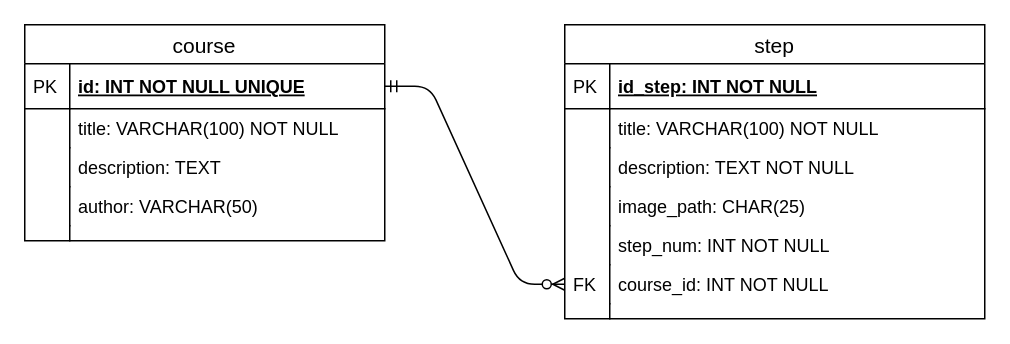
Earlier version of the draw.io diagram doc/RM.drawio (Sam36502/Tutor). Source tidied: cells renumbered, new cells numbered last; positions are measured from the earlier drawing's top-left corner, leaving out a move shared by most shapes. Both pictures are drawn from the tidied source at 150%, with x=0, y=0 at pixel (24, 24).
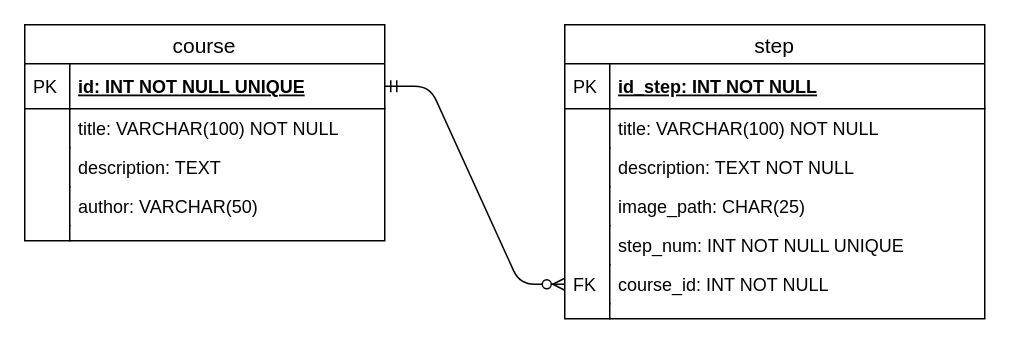
Above is the later version.

Commit message (it also covers changes not shown here):
Add step entity and linked with course

The change refers to these unchanged cells:
```xml
<mxCell id="13" value="step" style="swimlane;fontStyle=0;horizontal=1;startSize=26;align=center;fontSize=14;" parent="1" vertex="1">
  <mxGeometry x="360" width="280" height="196" as="geometry" />
</mxCell>
```

What changed in the source:
```diff
@@
-    <mxCell id="22" value="step_num: INT NOT NULL" style="shape=partialRectangle;top=0;left=0;right=0;bottom=0;align=left;verticalAlign=top;fillColor=none;spacingLeft=34;spacingRight=4;overflow=hidden;fontSize=12;" parent="13" vertex="1">
+    <mxCell id="22" value="step_num: INT NOT NULL UNIQUE" style="shape=partialRectangle;top=0;left=0;right=0;bottom=0;align=left;verticalAlign=top;fillColor=none;spacingLeft=34;spacingRight=4;overflow=hidden;fontSize=12;" parent="13" vertex="1">
       <mxGeometry y="134" width="280" height="26" as="geometry" />
     </mxCell>
```
